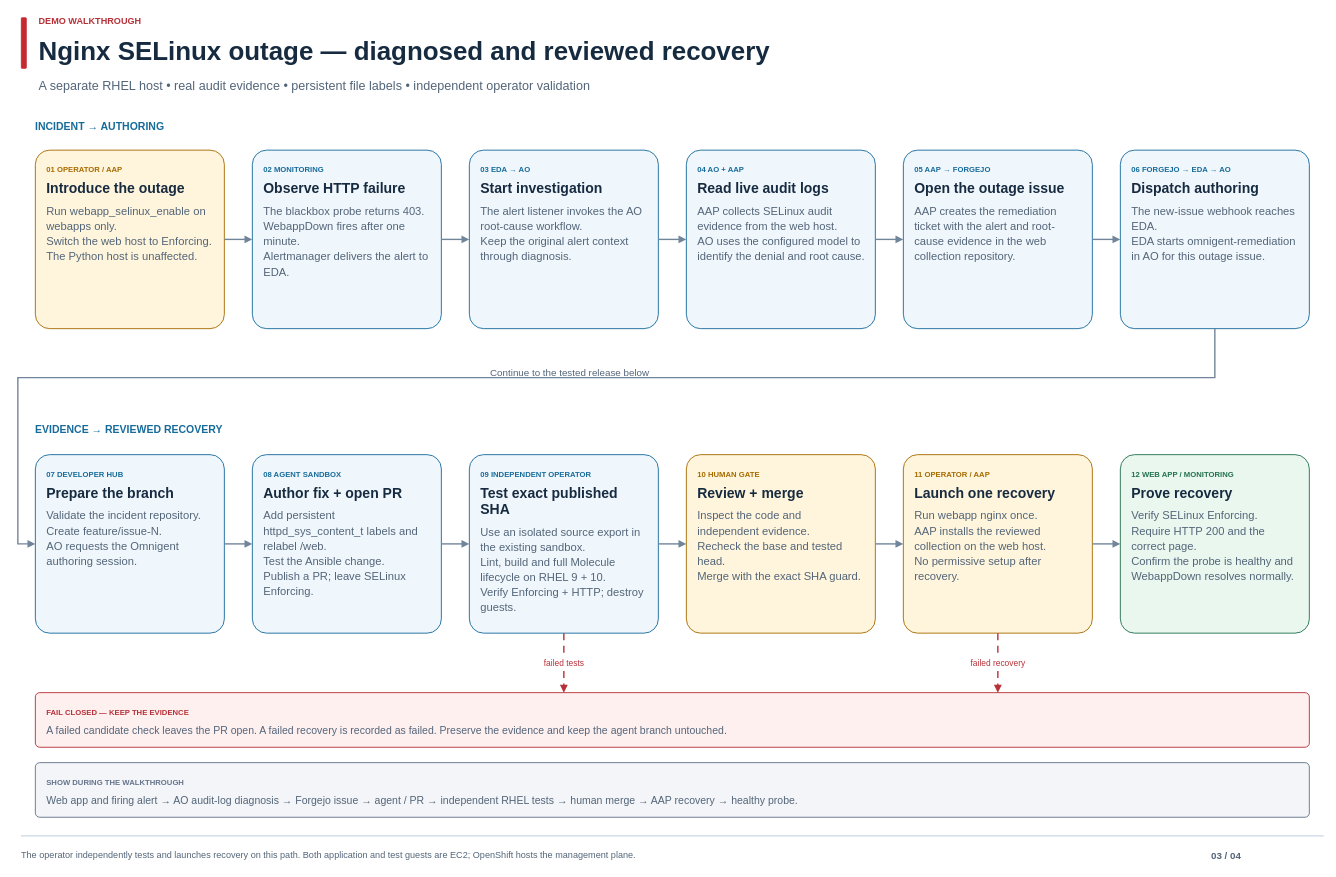
Earlier version of the draw.io diagram page "03 Nginx SELinux" (3 of 4) of docs/diagrams/demo-workflow.drawio (aiops-ansible-software-factory-demojam/openshift-gitops). Source tidied: cells renumbered, new cells numbered last; positions are measured from the earlier drawing's top-left corner, leaving out a move shared by most shapes. Both pictures are drawn from the tidied source at 70%, with x=0, y=0 at pixel (18, 12).
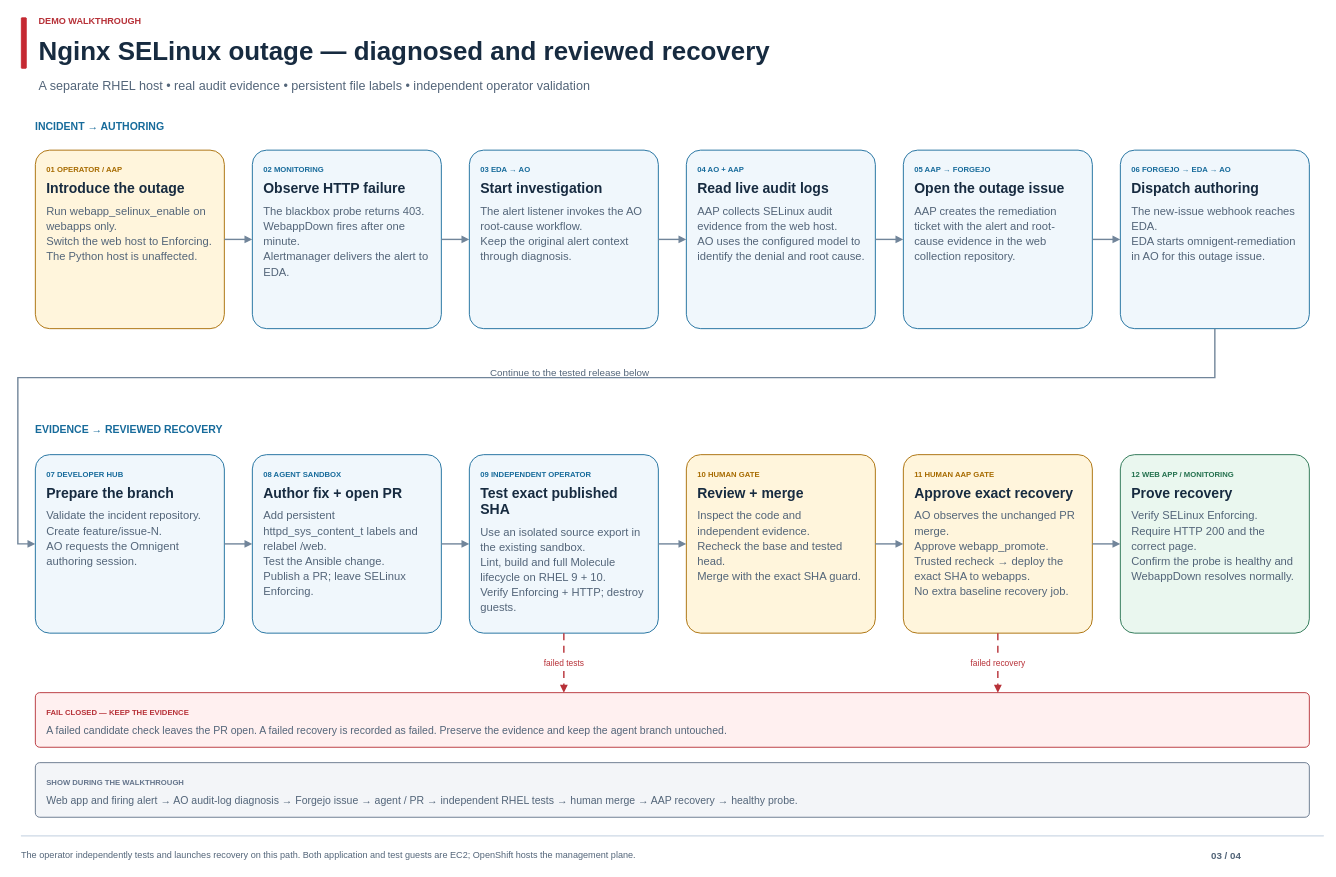
Above is the later version.

Commit message (it also covers changes not shown here):
Wait for exact nginx PR merge and orchestrate approved recovery

What changed in the source:
```diff
@@
-    <mxCell id="18" value="&lt;div style=&quot;font-family:Arial;text-align:left&quot;&gt;&lt;div style=&quot;font-size:11px;font-weight:700;color:#A76B00;line-height:1.3&quot;&gt;11  OPERATOR / AAP&lt;/div&gt;&lt;div style=&quot;font-size:20px;font-weight:700;line-height:1.15;margin-top:9px;color:#172B40&quot;&gt;Launch one recovery&lt;/div&gt;&lt;div style=&quot;font-size:16px;line-height:1.35;margin-top:10px;color:#536579&quot;&gt;Run webapp nginx once.&lt;br&gt;AAP installs the reviewed collection on the web host.&lt;br&gt;No permissive setup after recovery.&lt;/div&gt;&lt;/div&gt;" style="rounded=1;arcSize=8;whiteSpace=wrap;html=1;fillColor=#FFF5DC;strokeColor=#A76B00;strokeWidth=1.3;align=left;verticalAlign=top;spacing=16;fontFamily=Arial;" parent="1" vertex="1">
+    <mxCell id="18" value="&lt;div style=&quot;font-family:Arial;text-align:left&quot;&gt;&lt;div style=&quot;font-size:11px;font-weight:700;color:#A76B00;line-height:1.3&quot;&gt;11  HUMAN AAP GATE&lt;/div&gt;&lt;div style=&quot;font-size:20px;font-weight:700;line-height:1.15;margin-top:9px;color:#172B40&quot;&gt;Approve exact recovery&lt;/div&gt;&lt;div style=&quot;font-size:16px;line-height:1.35;margin-top:10px;color:#536579&quot;&gt;AO observes the unchanged PR merge.&lt;br&gt;Approve webapp_promote.&lt;br&gt;Trusted recheck → deploy the exact SHA to webapps.&lt;br&gt;No extra baseline recovery job.&lt;/div&gt;&lt;/div&gt;" style="rounded=1;arcSize=8;whiteSpace=wrap;html=1;fillColor=#FFF5DC;strokeColor=#A76B00;strokeWidth=1.3;align=left;verticalAlign=top;spacing=16;fontFamily=Arial;" parent="1" vertex="1">
       <mxGeometry x="1265" y="632" width="270" height="255" as="geometry" />
     </mxCell>
```
